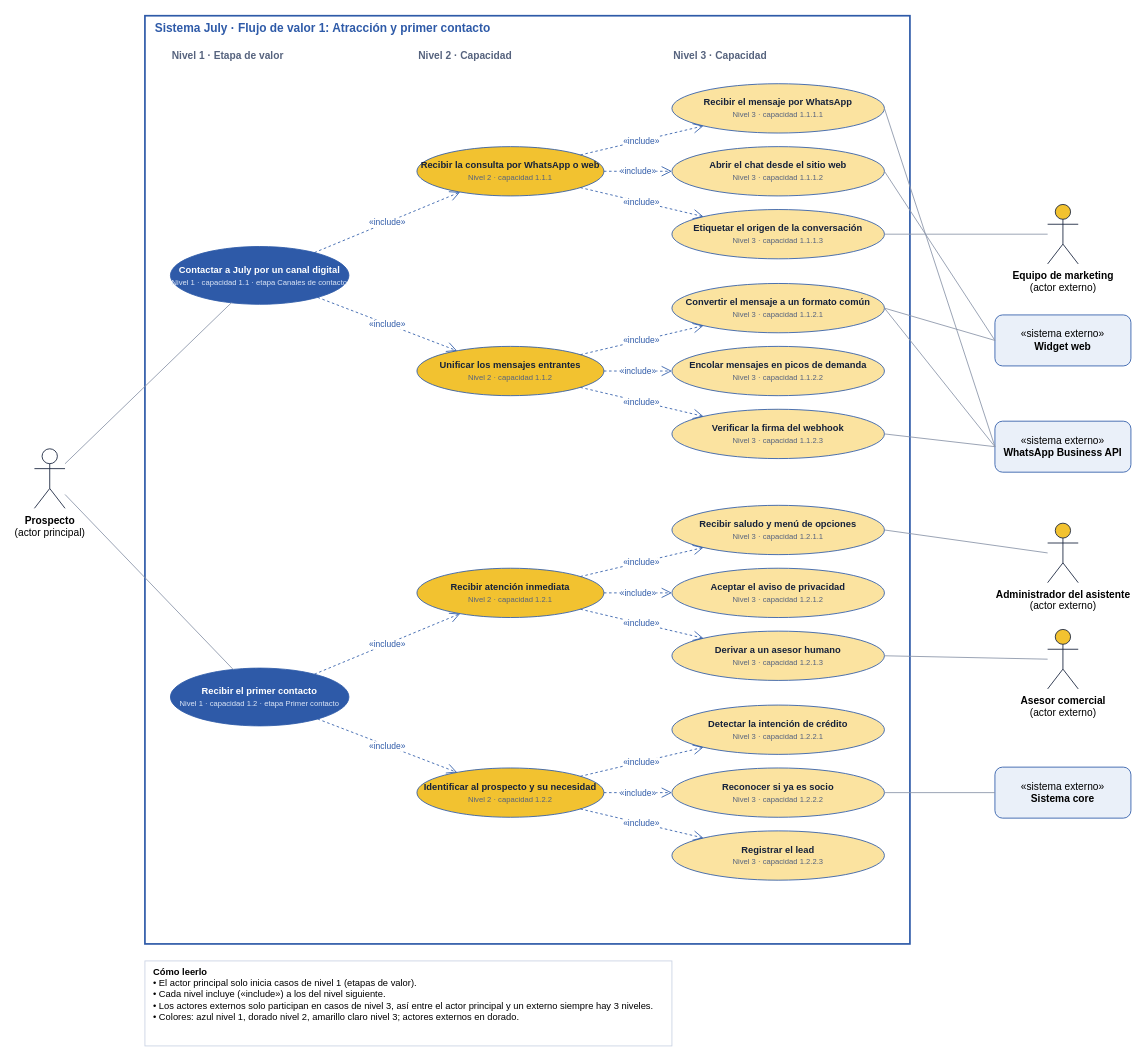
Before: Documentacion/03-casos-de-uso/casos-de-uso-flujo-01-atraccion-y-primer-contacto.drawio in CoreSystems-IA/Arquitectura-Software, a draw.io diagram. Source tidied: cells renumbered, new cells numbered last; positions are measured from the earlier drawing's top-left corner, leaving out a move shared by most shapes. Both pictures are drawn from the tidied source at 85%, with x=0, y=0 at pixel (34, 15).
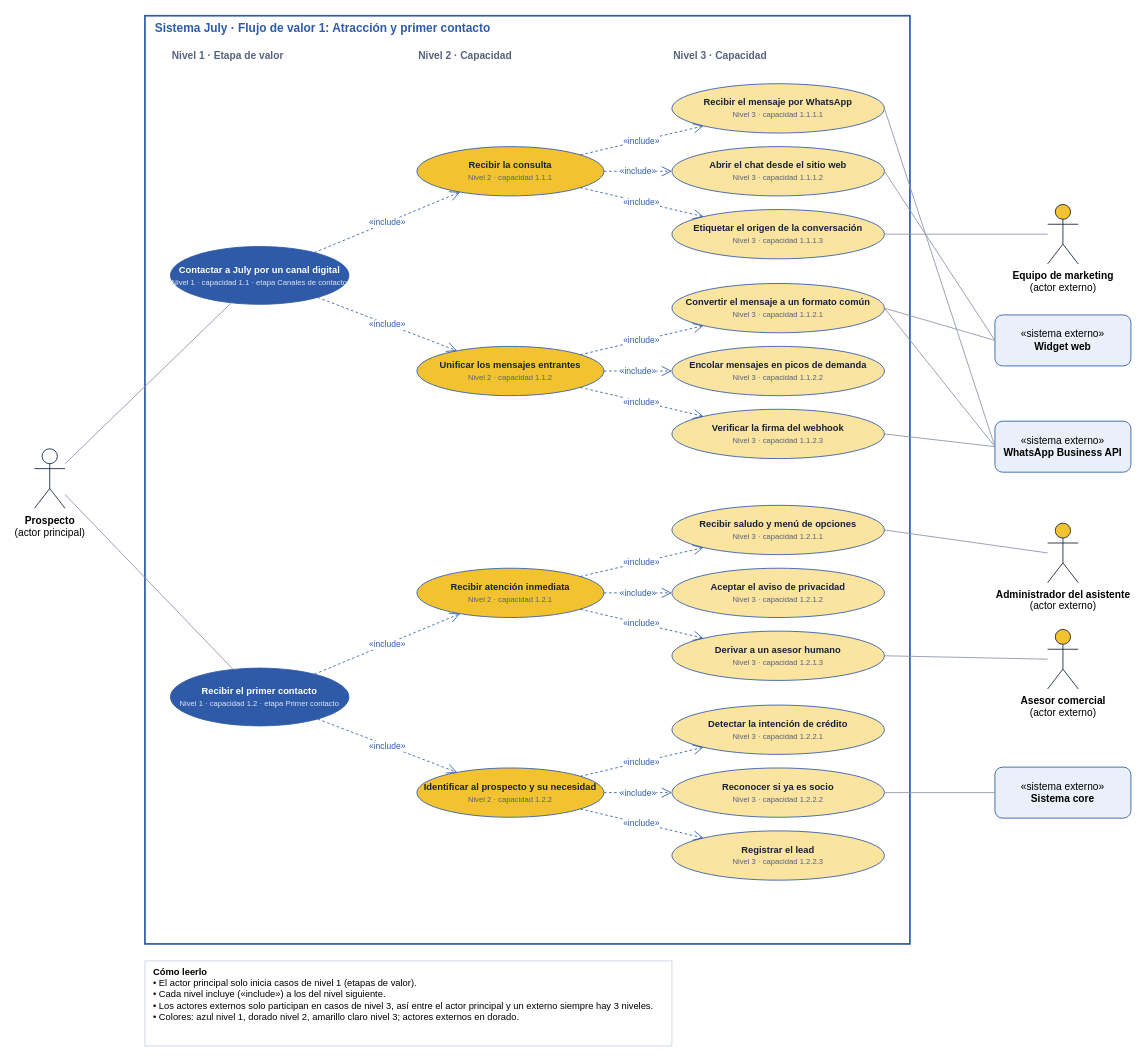
The same page after the edit.

Change to the diagram source:
```diff
@@
-    <mxCell id="7" value="&lt;font color=&quot;#15213A&quot;&gt;&lt;b&gt;Recibir la consulta por WhatsApp o web&lt;/b&gt;&lt;/font&gt;&lt;br&gt;&lt;font style=&quot;font-size:9px&quot; color=&quot;#56637E&quot;&gt;Nivel 2 · capacidad 1.1.1&lt;/font&gt;" style="ellipse;whiteSpace=wrap;html=1;fillColor=#F2C230;strokeColor=#2E5AA8;fontColor=#15213A;fontSize=11;" parent="1" vertex="1">
+    <mxCell id="7" value="&lt;font color=&quot;#15213A&quot;&gt;&lt;b&gt;Recibir la consulta&lt;/b&gt;&lt;/font&gt;&lt;br&gt;&lt;font style=&quot;font-size: 9px;&quot; color=&quot;#56637E&quot;&gt;Nivel 2 · capacidad 1.1.1&lt;/font&gt;" style="ellipse;whiteSpace=wrap;html=1;fillColor=#F2C230;strokeColor=#2E5AA8;fontColor=#15213A;fontSize=11;" parent="1" vertex="1">
       <mxGeometry x="450" y="154" width="220" height="58" as="geometry" />
     </mxCell>
```
